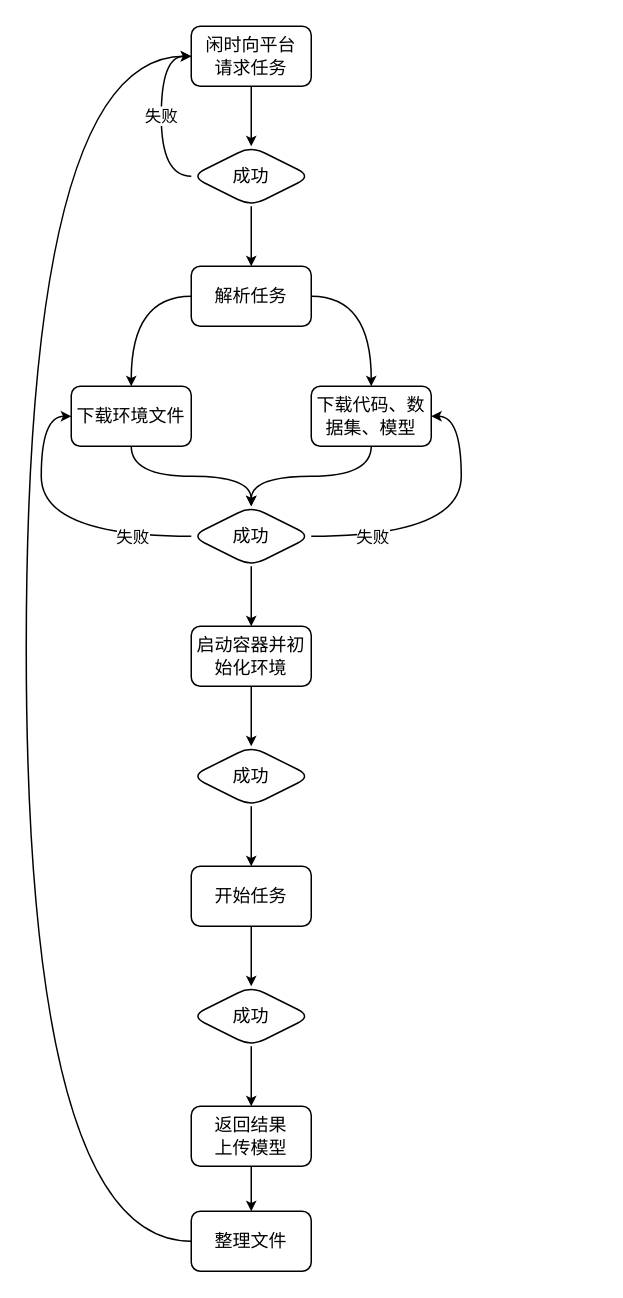
Above: docker-flow.drawio in foreignbill/drawio (draw.io), before the change. Source tidied: cells renumbered, new cells numbered last; positions are measured from the earlier drawing's top-left corner, leaving out a move shared by most shapes. Both pictures are drawn from the tidied source at 150%, with x=0, y=0 at pixel (26, 26).
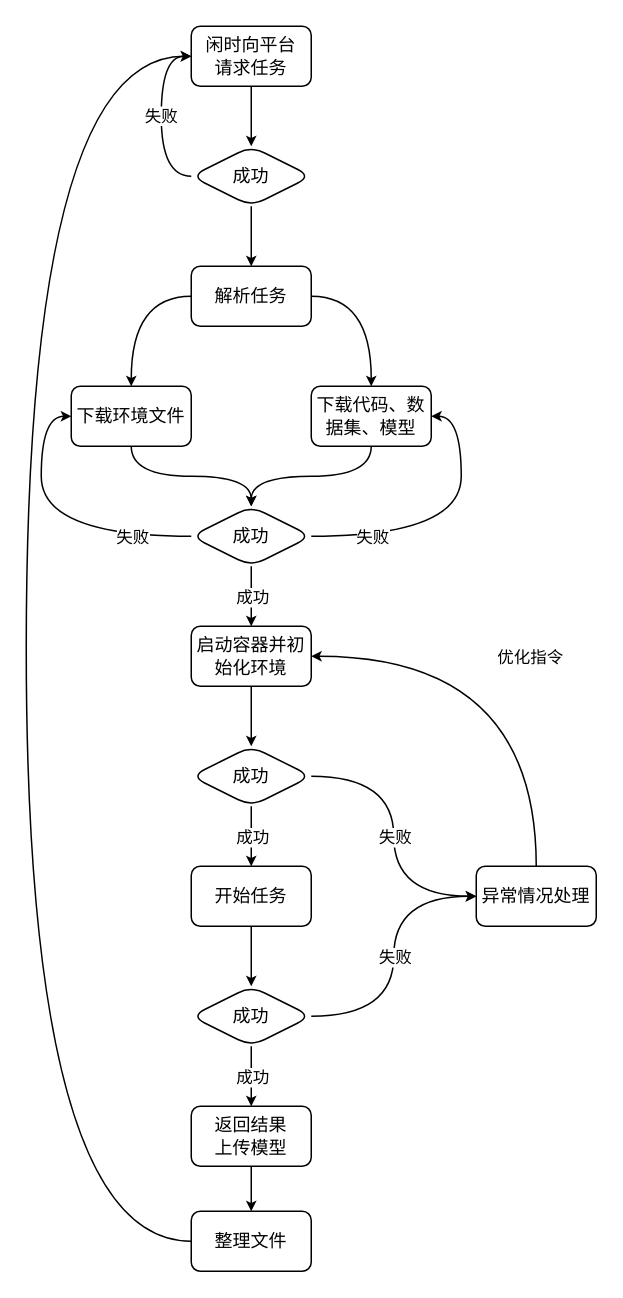
The same diagram, later.

Unchanged cells that the change refers to:
```xml
<mxCell id="18" style="edgeStyle=orthogonalEdgeStyle;curved=1;rounded=0;jettySize=auto;html=1;exitX=0.5;exitY=1;exitDx=0;exitDy=0;entryX=0.5;entryY=0;entryDx=0;entryDy=0;startSize=4;endSize=4;" parent="1" edge="1" source="19" target="21">
  <mxGeometry relative="1" as="geometry" />
</mxCell>
<mxCell id="21" value="启动容器并初始化环境" style="rounded=1;whiteSpace=wrap;html=1;" parent="1" vertex="1">
  <mxGeometry x="110" y="400" width="80" height="40" as="geometry" />
</mxCell>
<mxCell id="22" style="edgeStyle=orthogonalEdgeStyle;curved=1;rounded=0;jettySize=auto;html=1;exitX=0.5;exitY=1;exitDx=0;exitDy=0;entryX=0.5;entryY=0;entryDx=0;entryDy=0;startSize=4;endSize=4;" parent="1" edge="1" source="23" target="25">
  <mxGeometry relative="1" as="geometry" />
</mxCell>
<mxCell id="23" value="成功" style="rhombus;whiteSpace=wrap;html=1;rounded=1;" parent="1" vertex="1">
  <mxGeometry x="110" y="480" width="80" height="40" as="geometry" />
</mxCell>
<mxCell id="26" style="edgeStyle=orthogonalEdgeStyle;curved=1;rounded=0;jettySize=auto;html=1;exitX=0.5;exitY=1;exitDx=0;exitDy=0;entryX=0.5;entryY=0;entryDx=0;entryDy=0;startSize=4;endSize=4;" parent="1" edge="1" source="27" target="29">
  <mxGeometry relative="1" as="geometry" />
</mxCell>
<mxCell id="27" value="成功" style="rhombus;whiteSpace=wrap;html=1;rounded=1;" parent="1" vertex="1">
  <mxGeometry x="110" y="640" width="80" height="40" as="geometry" />
</mxCell>
```

What changed in the source:
```diff
@@
+    <mxCell id="32" value="成功" style="edgeLabel;html=1;align=center;verticalAlign=middle;" parent="18" vertex="1">
+      <mxGeometry relative="1" as="geometry" />
+    </mxCell>
@@
+    <mxCell id="33" value="成功" style="edgeLabel;html=1;align=center;verticalAlign=middle;" parent="22" vertex="1">
+      <mxGeometry relative="1" as="geometry" />
+    </mxCell>
+    <mxCell id="34" style="edgeStyle=orthogonalEdgeStyle;curved=1;rounded=0;jettySize=auto;html=1;exitX=1;exitY=0.5;exitDx=0;exitDy=0;entryX=0;entryY=0.5;entryDx=0;entryDy=0;startSize=4;endSize=4;" parent="1" edge="1" source="23" target="41">
+      <mxGeometry relative="1" as="geometry" />
+    </mxCell>
+    <mxCell id="35" value="失败" style="edgeLabel;html=1;align=center;verticalAlign=middle;" parent="34" vertex="1">
+      <mxGeometry relative="1" as="geometry" />
+    </mxCell>
@@
+    <mxCell id="36" value="成功" style="edgeLabel;html=1;align=center;verticalAlign=middle;" parent="26" vertex="1">
+      <mxGeometry relative="1" as="geometry" />
+    </mxCell>
+    <mxCell id="37" style="edgeStyle=orthogonalEdgeStyle;curved=1;rounded=0;jettySize=auto;html=1;exitX=1;exitY=0.5;exitDx=0;exitDy=0;entryX=0;entryY=0.5;entryDx=0;entryDy=0;startSize=4;endSize=4;" parent="1" edge="1" source="27" target="41">
+      <mxGeometry relative="1" as="geometry" />
+    </mxCell>
+    <mxCell id="38" value="失败" style="edgeLabel;html=1;align=center;verticalAlign=middle;" parent="37" vertex="1">
+      <mxGeometry relative="1" as="geometry" />
+    </mxCell>
@@
+    <mxCell id="39" style="edgeStyle=orthogonalEdgeStyle;curved=1;rounded=0;jettySize=auto;html=1;exitX=0.5;exitY=0;exitDx=0;exitDy=0;entryX=1;entryY=0.5;entryDx=0;entryDy=0;startSize=4;endSize=4;" parent="1" edge="1" source="41" target="21">
+      <mxGeometry relative="1" as="geometry" />
+    </mxCell>
+    <mxCell id="40" value="优化指令" style="edgeLabel;html=1;align=center;verticalAlign=middle;" parent="39" vertex="1">
+      <mxGeometry relative="1" as="geometry" />
+    </mxCell>
+    <mxCell id="41" value="异常情况处理" style="rounded=1;whiteSpace=wrap;html=1;" parent="1" vertex="1">
+      <mxGeometry x="300" y="560" width="80" height="40" as="geometry" />
+    </mxCell>
```
